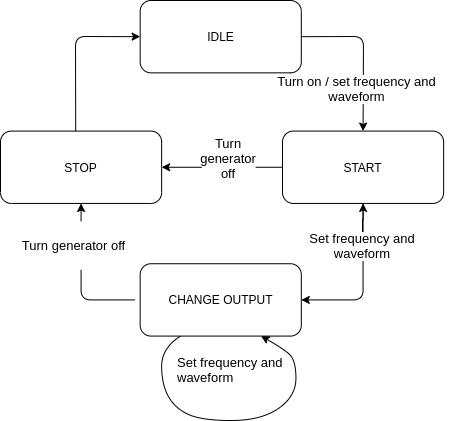
KristynaPijackova/Digital-electronics-2 keeps this draw.io diagram as Images/Diagramm_DE2.png. Above is the earlier version. Source tidied: cells renumbered, new cells last; positions are measured from the earlier drawing's top-left corner, leaving out a move shared by most shapes.
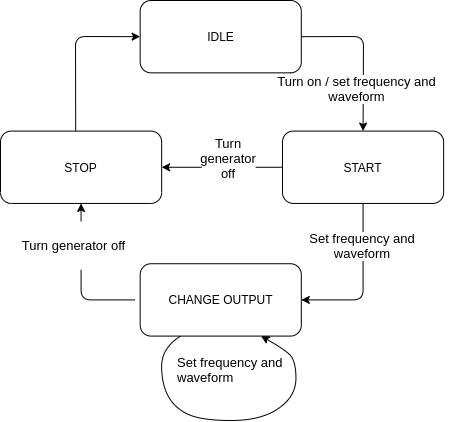
After the change.

What changed in the source:
```diff
@@ -54,9 +54,6 @@
         </Array>
       </mxGeometry>
     </mxCell>
-    <mxCell id="11" style="edgeStyle=orthogonalEdgeStyle;rounded=0;jettySize=auto;html=1;" parent="2" edge="1" source="12" target="4">
-      <mxGeometry relative="1" as="geometry" />
-    </mxCell>
     <mxCell id="12" value="&lt;span style=&quot;background-color: rgb(255 , 255 , 255)&quot;&gt;&lt;font style=&quot;font-size: 13px&quot;&gt;Set frequency and waveform&lt;/font&gt;&lt;/span&gt;" style="text;html=1;align=center;verticalAlign=middle;whiteSpace=wrap;rounded=0;fillColor=#ffffff;" parent="2" vertex="1">
       <mxGeometry x="282" y="229.1" width="160" height="12.1" as="geometry" />
     </mxCell>
```
